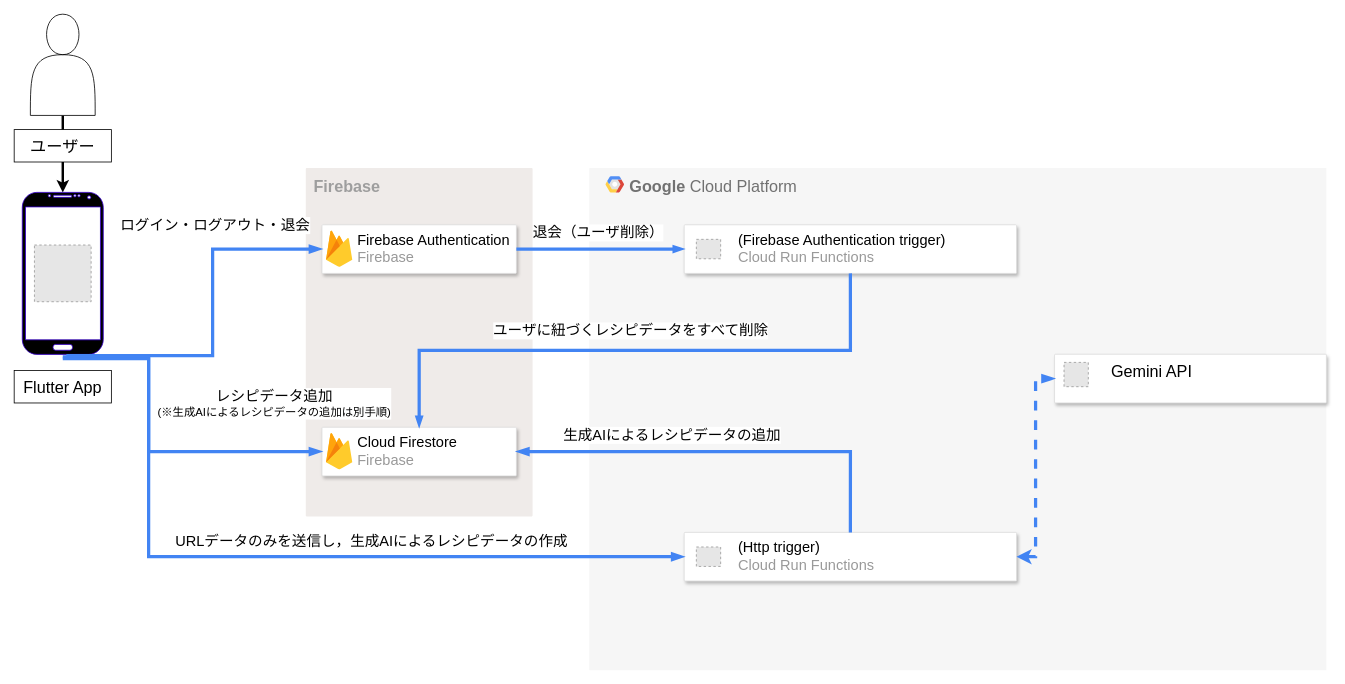
TikTakSick/cook-helper keeps this draw.io diagram as system_architecture/system_architecture.drawio. Above is the earlier version. Source tidied: cells renumbered, new cells numbered last; positions are measured from the earlier drawing's top-left corner, leaving out a move shared by most shapes. Both pictures are drawn from the tidied source at 81%, with x=0, y=0 at pixel (14, 14). Pictures stored in the file or linked from it are replaced by grey dashed boxes.
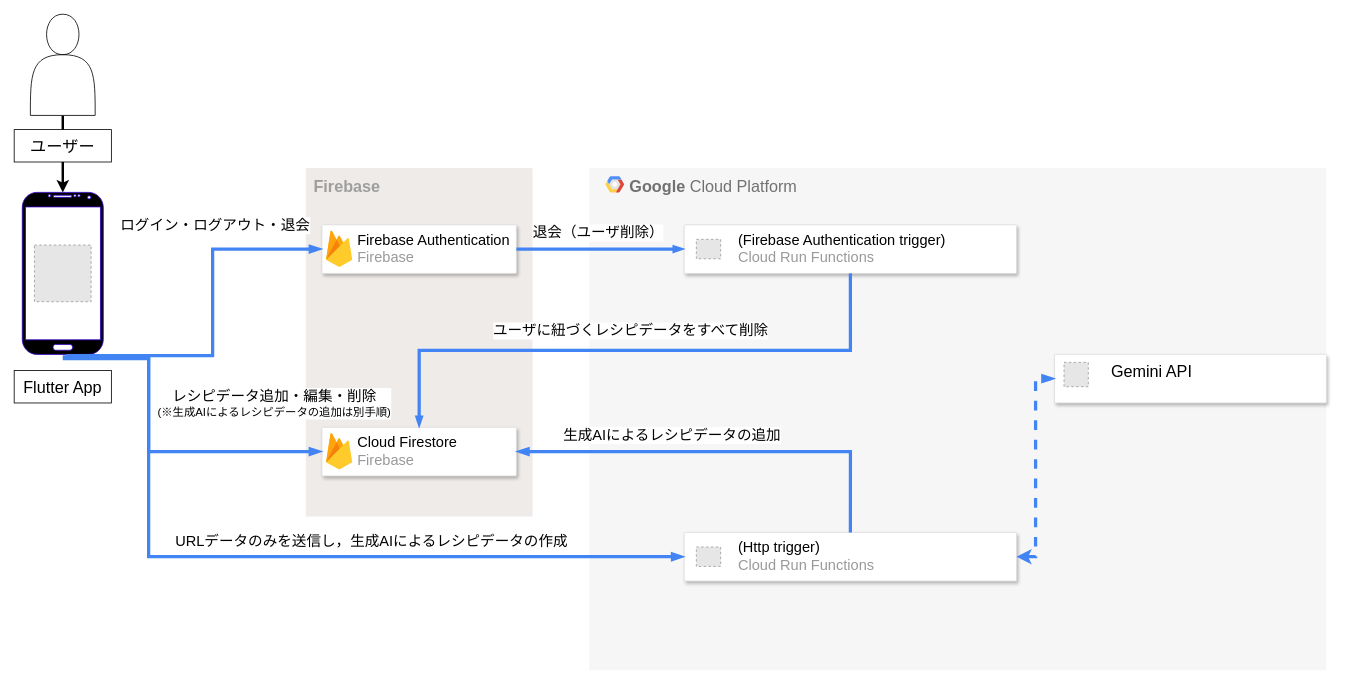
The same diagram, later.

Change to the diagram source:
```diff
@@
-    <mxCell id="35" value="&lt;span style=&quot;font-size: 18px;&quot;&gt;レシピデータ追加&lt;/span&gt;&lt;br&gt;&lt;font style=&quot;font-size: 14px;&quot;&gt;(※生成AIによるレシピデータの追加は別手順)&lt;/font&gt;" style="edgeLabel;html=1;align=center;verticalAlign=middle;" parent="1" vertex="1">
+    <mxCell id="35" value="&lt;span style=&quot;font-size: 18px;&quot;&gt;レシピデータ追加・編集・削除&lt;/span&gt;&lt;br&gt;&lt;font style=&quot;font-size: 14px;&quot;&gt;(※生成AIによるレシピデータの追加は別手順)&lt;/font&gt;" style="edgeLabel;html=1;align=center;verticalAlign=middle;" parent="1" vertex="1">
       <mxGeometry x="320" y="480" as="geometry" />
     </mxCell>
```
